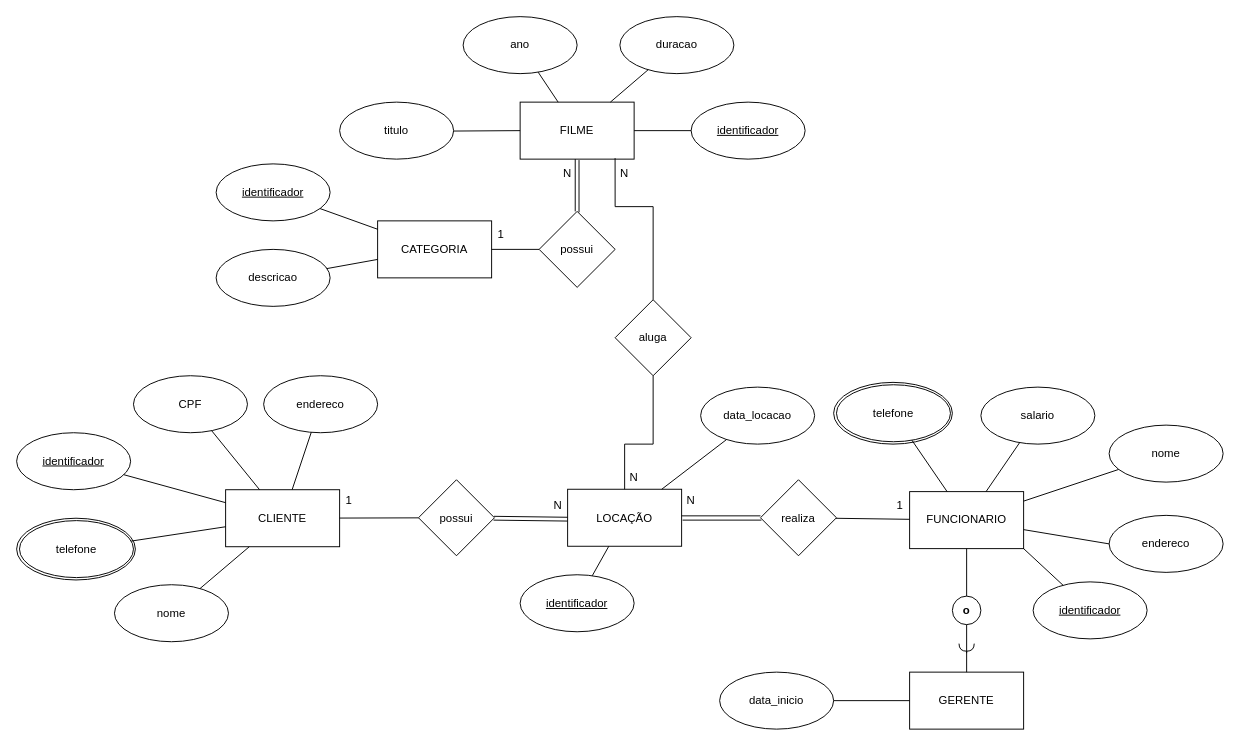
Before: LEOBDATV2.drawio in Konitch/Diagram, a draw.io diagram. Source tidied: cells renumbered, new cells numbered last; positions are measured from the earlier drawing's top-left corner, leaving out a move shared by most shapes. Both pictures are drawn from the tidied source at 95%, with x=0, y=0 at pixel (16, 16).
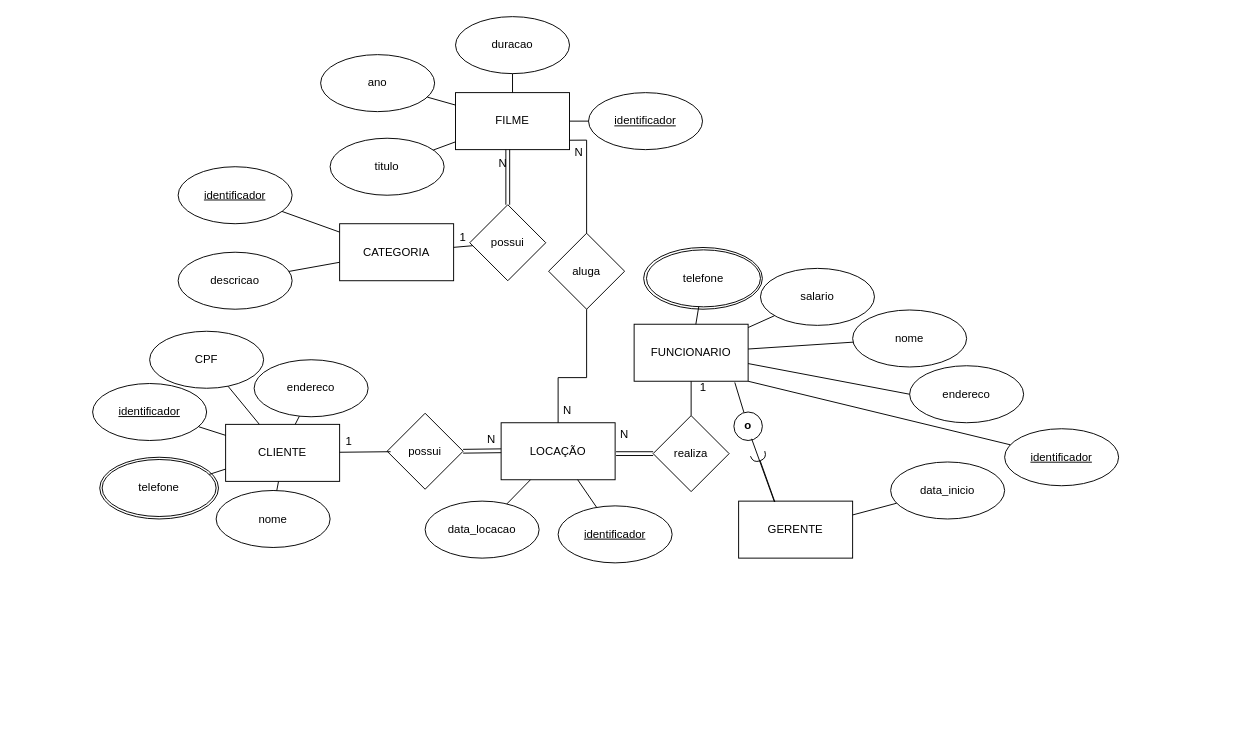
Above is the later version.

Diff of the diagram source:
```diff
@@
     <mxCell id="2" value="FUNCIONARIO" style="rounded=0;whiteSpace=wrap;html=1;" parent="1" vertex="1">
-      <mxGeometry x="940" y="500" width="120" height="60" as="geometry" />
+      <mxGeometry x="650" y="323.8" width="120" height="60" as="geometry" />
     </mxCell>
     <mxCell id="3" value="GERENTE" style="rounded=0;whiteSpace=wrap;html=1;" parent="1" vertex="1">
-      <mxGeometry x="940" y="690" width="120" height="60" as="geometry" />
+      <mxGeometry x="760" y="510" width="120" height="60" as="geometry" />
     </mxCell>
     <mxCell id="4" value="CLIENTE" style="rounded=0;whiteSpace=wrap;html=1;" parent="1" vertex="1">
-      <mxGeometry x="220" y="498" width="120" height="60" as="geometry" />
+      <mxGeometry x="220" y="429.2" width="120" height="60" as="geometry" />
     </mxCell>
     <mxCell id="5" value="FILME" style="rounded=0;whiteSpace=wrap;html=1;" parent="1" vertex="1">
-      <mxGeometry x="530" y="90" width="120" height="60" as="geometry" />
+      <mxGeometry x="462" y="80" width="120" height="60" as="geometry" />
     </mxCell>
     <mxCell id="6" value="CATEGORIA" style="rounded=0;whiteSpace=wrap;html=1;" parent="1" vertex="1">
-      <mxGeometry x="380" y="215" width="120" height="60" as="geometry" />
+      <mxGeometry x="340" y="218" width="120" height="60" as="geometry" />
     </mxCell>
     <mxCell id="7" value="LOCAÇÃO" style="rounded=0;whiteSpace=wrap;html=1;" parent="1" vertex="1">
-      <mxGeometry x="580" y="497.5" width="120" height="60" as="geometry" />
+      <mxGeometry x="510" y="427.5" width="120" height="60" as="geometry" />
     </mxCell>
     <mxCell id="8" value="salario" style="ellipse;whiteSpace=wrap;html=1;" parent="1" vertex="1">
-      <mxGeometry x="1015" y="390" width="120" height="60" as="geometry" />
+      <mxGeometry x="783" y="265" width="120" height="60" as="geometry" />
     </mxCell>
     <mxCell id="9" value="&lt;u&gt;identificador&lt;/u&gt;" style="ellipse;whiteSpace=wrap;html=1;" parent="1" vertex="1">
-      <mxGeometry x="1070" y="595" width="120" height="60" as="geometry" />
+      <mxGeometry x="1040" y="433.8" width="120" height="60" as="geometry" />
     </mxCell>
     <mxCell id="10" value="endereco" style="ellipse;whiteSpace=wrap;html=1;" parent="1" vertex="1">
-      <mxGeometry x="1150" y="525" width="120" height="60" as="geometry" />
+      <mxGeometry x="940" y="367.5" width="120" height="60" as="geometry" />
     </mxCell>
     <mxCell id="11" value="nome" style="ellipse;whiteSpace=wrap;html=1;" parent="1" vertex="1">
-      <mxGeometry x="1150" y="430" width="120" height="60" as="geometry" />
+      <mxGeometry x="880" y="308.8" width="120" height="60" as="geometry" />
     </mxCell>
     <mxCell id="12" style="ellipse;whiteSpace=wrap;html=1;perimeterSpacing=0;" parent="1" vertex="1">
-      <mxGeometry x="860" y="385" width="125" height="65" as="geometry" />
+      <mxGeometry x="660" y="243" width="125" height="65" as="geometry" />
     </mxCell>
     <mxCell id="13" value="telefone" style="ellipse;whiteSpace=wrap;html=1;perimeterSpacing=0;" parent="1" vertex="1">
-      <mxGeometry x="863" y="387.5" width="120" height="60" as="geometry" />
+      <mxGeometry x="663" y="245.5" width="120" height="60" as="geometry" />
     </mxCell>
@@
     <mxCell id="19" value="&lt;b&gt;o&lt;/b&gt;" style="ellipse;whiteSpace=wrap;html=1;" parent="1" vertex="1">
-      <mxGeometry x="985" y="610" width="30" height="30" as="geometry" />
+      <mxGeometry x="755" y="416.2" width="30" height="30" as="geometry" />
     </mxCell>
-    <mxCell id="20" style="endArrow=halfCircle;html=1;rounded=0;endFill=0;" parent="1" edge="1" source="3">
+    <mxCell id="20" style="endArrow=halfCircle;html=1;rounded=0;endFill=0;exitX=0.318;exitY=0.015;exitDx=0;exitDy=0;exitPerimeter=0;" parent="1" edge="1" source="3">
       <mxGeometry relative="1" as="geometry">
-        <mxPoint x="1000" y="660" as="targetPoint" />
+        <mxPoint x="780" y="460" as="targetPoint" />
       </mxGeometry>
     </mxCell>
-    <mxCell id="21" style="endArrow=none;html=1;rounded=0;entryX=0.5;entryY=0;entryDx=0;entryDy=0;" parent="1" edge="1" source="2" target="19">
+    <mxCell id="21" style="endArrow=none;html=1;rounded=0;entryX=0.351;entryY=0.009;entryDx=0;entryDy=0;exitX=0.883;exitY=1.021;exitDx=0;exitDy=0;exitPerimeter=0;entryPerimeter=0;" parent="1" edge="1" source="2" target="19">
       <mxGeometry relative="1" as="geometry" />
     </mxCell>
-    <mxCell id="22" style="endArrow=none;html=1;rounded=0;entryX=0.5;entryY=1;entryDx=0;entryDy=0;" parent="1" edge="1" target="19">
-      <mxGeometry relative="1" as="geometry">
-        <mxPoint x="1000" y="670" as="sourcePoint" />
-      </mxGeometry>
-    </mxCell>
     <mxCell id="23" value="data_inicio" style="ellipse;whiteSpace=wrap;html=1;" parent="1" vertex="1">
-      <mxGeometry x="740" y="690" width="120" height="60" as="geometry" />
+      <mxGeometry x="920" y="468.8" width="120" height="60" as="geometry" />
     </mxCell>
@@
     <mxCell id="25" value="&lt;u&gt;identificador&lt;/u&gt;" style="ellipse;whiteSpace=wrap;html=1;" parent="1" vertex="1">
-      <mxGeometry x="210" y="155" width="120" height="60" as="geometry" />
+      <mxGeometry x="170" y="158" width="120" height="60" as="geometry" />
     </mxCell>
@@
     <mxCell id="27" value="descricao" style="ellipse;whiteSpace=wrap;html=1;" parent="1" vertex="1">
-      <mxGeometry x="210" y="245" width="120" height="60" as="geometry" />
+      <mxGeometry x="170" y="248" width="120" height="60" as="geometry" />
     </mxCell>
@@
     <mxCell id="29" value="&lt;u&gt;identificador&lt;/u&gt;" style="ellipse;whiteSpace=wrap;html=1;" parent="1" vertex="1">
-      <mxGeometry x="710" y="90" width="120" height="60" as="geometry" />
+      <mxGeometry x="602" y="80" width="120" height="60" as="geometry" />
     </mxCell>
     <mxCell id="30" value="titulo" style="ellipse;whiteSpace=wrap;html=1;" parent="1" vertex="1">
-      <mxGeometry x="340" y="90" width="120" height="60" as="geometry" />
+      <mxGeometry x="330" y="128" width="120" height="60" as="geometry" />
     </mxCell>
     <mxCell id="31" value="ano" style="ellipse;whiteSpace=wrap;html=1;" parent="1" vertex="1">
-      <mxGeometry x="470" width="120" height="60" as="geometry" />
+      <mxGeometry x="320" y="40" width="120" height="60" as="geometry" />
     </mxCell>
     <mxCell id="32" value="duracao" style="ellipse;whiteSpace=wrap;html=1;" parent="1" vertex="1">
-      <mxGeometry x="635" width="120" height="60" as="geometry" />
+      <mxGeometry x="462" width="120" height="60" as="geometry" />
     </mxCell>
@@
     <mxCell id="37" style="ellipse;whiteSpace=wrap;html=1;perimeterSpacing=0;" parent="1" vertex="1">
-      <mxGeometry y="528" width="125" height="65" as="geometry" />
+      <mxGeometry x="87.5" y="463.8" width="125" height="65" as="geometry" />
     </mxCell>
     <mxCell id="38" value="telefone" style="ellipse;whiteSpace=wrap;html=1;perimeterSpacing=0;" parent="1" vertex="1">
-      <mxGeometry x="3" y="530.5" width="120" height="60" as="geometry" />
+      <mxGeometry x="90" y="466.2" width="120" height="60" as="geometry" />
     </mxCell>
     <mxCell id="39" value="&lt;u&gt;identificador&lt;/u&gt;" style="ellipse;whiteSpace=wrap;html=1;" parent="1" vertex="1">
-      <mxGeometry y="438" width="120" height="60" as="geometry" />
+      <mxGeometry x="80" y="386.2" width="120" height="60" as="geometry" />
     </mxCell>
     <mxCell id="40" value="nome" style="ellipse;whiteSpace=wrap;html=1;" parent="1" vertex="1">
-      <mxGeometry x="103" y="598" width="120" height="60" as="geometry" />
+      <mxGeometry x="210" y="498.8" width="120" height="60" as="geometry" />
     </mxCell>
     <mxCell id="41" value="CPF" style="ellipse;whiteSpace=wrap;html=1;" parent="1" vertex="1">
-      <mxGeometry x="123" y="378" width="120" height="60" as="geometry" />
+      <mxGeometry x="140" y="331.2" width="120" height="60" as="geometry" />
     </mxCell>
     <mxCell id="42" value="endereco" style="ellipse;whiteSpace=wrap;html=1;" parent="1" vertex="1">
-      <mxGeometry x="260" y="378" width="120" height="60" as="geometry" />
+      <mxGeometry x="250" y="361.2" width="120" height="60" as="geometry" />
     </mxCell>
@@
     <mxCell id="48" value="&lt;u&gt;identificador&lt;/u&gt;" style="ellipse;whiteSpace=wrap;html=1;" parent="1" vertex="1">
-      <mxGeometry x="530" y="587.5" width="120" height="60" as="geometry" />
+      <mxGeometry x="570" y="515" width="120" height="60" as="geometry" />
     </mxCell>
     <mxCell id="49" value="data_locacao" style="ellipse;whiteSpace=wrap;html=1;" parent="1" vertex="1">
-      <mxGeometry x="720" y="390" width="120" height="60" as="geometry" />
+      <mxGeometry x="430" y="510" width="120" height="60" as="geometry" />
     </mxCell>
@@
     <mxCell id="52" value="possui" style="rhombus;whiteSpace=wrap;html=1;" parent="1" vertex="1">
-      <mxGeometry x="550" y="205" width="80" height="80" as="geometry" />
+      <mxGeometry x="477" y="198" width="80" height="80" as="geometry" />
     </mxCell>
-    <mxCell id="53" style="endArrow=none;html=1;rounded=0;" parent="1" edge="1">
-      <mxGeometry relative="1" as="geometry">
-        <mxPoint x="588" y="150" as="sourcePoint" />
-        <mxPoint x="588" y="205" as="targetPoint" />
-      </mxGeometry>
+    <mxCell id="53" style="endArrow=none;html=1;rounded=0;entryX=0.5;entryY=0;entryDx=0;entryDy=0;shape=link;exitX=0.75;exitY=0;exitDx=0;exitDy=0;" parent="1" edge="1" source="59" target="52">
+      <mxGeometry relative="1" as="geometry" />
     </mxCell>
@@
     <mxCell id="55" value="realiza" style="rhombus;whiteSpace=wrap;html=1;" parent="1" vertex="1">
-      <mxGeometry x="783" y="487.5" width="80" height="80" as="geometry" />
+      <mxGeometry x="670" y="420" width="80" height="80" as="geometry" />
     </mxCell>
-    <mxCell id="56" style="endArrow=none;html=1;rounded=0;" parent="1" edge="1">
-      <mxGeometry relative="1" as="geometry">
-        <mxPoint x="700" y="525.5" as="sourcePoint" />
-        <mxPoint x="783" y="525.5" as="targetPoint" />
-      </mxGeometry>
-    </mxCell>
-    <mxCell id="57" style="endArrow=none;html=1;rounded=0;" parent="1" edge="1" source="55" target="2">
+    <mxCell id="57" style="endArrow=none;html=1;rounded=0;exitX=0.5;exitY=0;exitDx=0;exitDy=0;" parent="1" edge="1" source="55" target="2">
       <mxGeometry relative="1" as="geometry" />
     </mxCell>
     <mxCell id="58" value="1" style="text;html=1;align=center;verticalAlign=middle;whiteSpace=wrap;rounded=0;" parent="1" vertex="1">
-      <mxGeometry x="500" y="215" width="20" height="30" as="geometry" />
+      <mxGeometry x="460" y="218" width="20" height="30" as="geometry" />
     </mxCell>
     <mxCell id="59" value="N" style="text;html=1;align=center;verticalAlign=middle;whiteSpace=wrap;rounded=0;" parent="1" vertex="1">
-      <mxGeometry x="570" y="150" width="20" height="30" as="geometry" />
+      <mxGeometry x="502" y="140" width="20" height="30" as="geometry" />
     </mxCell>
-    <mxCell id="60" style="endArrow=none;html=1;rounded=0;" parent="1" edge="1">
-      <mxGeometry relative="1" as="geometry">
-        <mxPoint x="592" y="151" as="sourcePoint" />
-        <mxPoint x="592" y="206" as="targetPoint" />
-      </mxGeometry>
-    </mxCell>
-    <mxCell id="61" style="endArrow=none;html=1;rounded=0;strokeWidth=1;" parent="1" edge="1">
+    <mxCell id="61" style="endArrow=none;html=1;rounded=0;strokeWidth=1;entryX=0;entryY=0.5;entryDx=0;entryDy=0;shape=link;" parent="1" edge="1" target="55">
       <mxGeometry relative="1" as="geometry">
-        <mxPoint x="701" y="530" as="sourcePoint" />
-        <mxPoint x="784" y="530" as="targetPoint" />
+        <mxPoint x="631" y="460" as="sourcePoint" />
       </mxGeometry>
     </mxCell>
     <mxCell id="62" value="N" style="text;html=1;align=center;verticalAlign=middle;whiteSpace=wrap;rounded=0;" parent="1" vertex="1">
-      <mxGeometry x="700" y="495" width="20" height="30" as="geometry" />
+      <mxGeometry x="630" y="425" width="20" height="30" as="geometry" />
     </mxCell>
     <mxCell id="63" value="1" style="text;html=1;align=center;verticalAlign=middle;whiteSpace=wrap;rounded=0;" parent="1" vertex="1">
-      <mxGeometry x="920" y="500" width="20" height="30" as="geometry" />
+      <mxGeometry x="712.5" y="376.2" width="20" height="30" as="geometry" />
     </mxCell>
     <mxCell id="64" value="possui" style="rhombus;whiteSpace=wrap;html=1;" parent="1" vertex="1">
-      <mxGeometry x="423" y="487.5" width="80" height="80" as="geometry" />
+      <mxGeometry x="390" y="417.5" width="80" height="80" as="geometry" />
     </mxCell>
-    <mxCell id="65" style="endArrow=none;html=1;rounded=0;" parent="1" edge="1" source="4" target="64">
+    <mxCell id="65" style="endArrow=none;html=1;rounded=0;entryX=0.046;entryY=0.506;entryDx=0;entryDy=0;entryPerimeter=0;" parent="1" edge="1" source="4" target="64">
       <mxGeometry relative="1" as="geometry" />
     </mxCell>
-    <mxCell id="66" style="endArrow=none;html=1;rounded=0;" parent="1" edge="1">
+    <mxCell id="66" style="endArrow=none;html=1;rounded=0;exitX=1;exitY=0.5;exitDx=0;exitDy=0;shape=link;" parent="1" edge="1" source="64">
       <mxGeometry relative="1" as="geometry">
-        <mxPoint x="502.5" y="526" as="sourcePoint" />
-        <mxPoint x="580" y="527" as="targetPoint" />
+        <mxPoint x="510" y="457" as="targetPoint" />
       </mxGeometry>
     </mxCell>
     <mxCell id="67" value="1" style="text;html=1;align=center;verticalAlign=middle;whiteSpace=wrap;rounded=0;" parent="1" vertex="1">
-      <mxGeometry x="340" y="495" width="20" height="30" as="geometry" />
+      <mxGeometry x="340" y="431.8" width="20" height="30" as="geometry" />
     </mxCell>
     <mxCell id="68" value="N" style="text;html=1;align=center;verticalAlign=middle;whiteSpace=wrap;rounded=0;" parent="1" vertex="1">
-      <mxGeometry x="560" y="500" width="20" height="30" as="geometry" />
+      <mxGeometry x="490" y="430" width="20" height="30" as="geometry" />
     </mxCell>
-    <mxCell id="69" style="endArrow=none;html=1;rounded=0;" parent="1" edge="1">
-      <mxGeometry relative="1" as="geometry">
-        <mxPoint x="502" y="530" as="sourcePoint" />
-        <mxPoint x="580" y="531" as="targetPoint" />
-      </mxGeometry>
-    </mxCell>
     <mxCell id="70" value="aluga" style="rhombus;whiteSpace=wrap;html=1;" parent="1" vertex="1">
-      <mxGeometry x="630" y="298" width="80" height="80" as="geometry" />
+      <mxGeometry x="560" y="228" width="80" height="80" as="geometry" />
     </mxCell>
     <mxCell id="71" style="endArrow=none;html=1;rounded=0;" parent="1" edge="1" source="70" target="7">
       <mxGeometry relative="1" as="geometry">
         <Array as="points">
-          <mxPoint x="670" y="450" />
-          <mxPoint x="640" y="450" />
+          <mxPoint x="600" y="380" />
+          <mxPoint x="570" y="380" />
         </Array>
       </mxGeometry>
     </mxCell>
-    <mxCell id="72" style="endArrow=none;html=1;rounded=0;exitX=0.833;exitY=0.983;exitDx=0;exitDy=0;exitPerimeter=0;" parent="1" edge="1" source="5" target="70">
+    <mxCell id="72" style="endArrow=none;html=1;rounded=0;exitX=0.999;exitY=0.835;exitDx=0;exitDy=0;exitPerimeter=0;" parent="1" edge="1" source="5" target="70">
       <mxGeometry relative="1" as="geometry">
         <Array as="points">
-          <mxPoint x="630" y="200" />
-          <mxPoint x="670" y="200" />
+          <mxPoint x="600" y="130" />
         </Array>
       </mxGeometry>
     </mxCell>
     <mxCell id="73" value="N" style="text;html=1;align=center;verticalAlign=middle;whiteSpace=wrap;rounded=0;" parent="1" vertex="1">
-      <mxGeometry x="640" y="470" width="20" height="30" as="geometry" />
+      <mxGeometry x="570" y="400" width="20" height="30" as="geometry" />
     </mxCell>
     <mxCell id="74" value="N" style="text;html=1;align=center;verticalAlign=middle;whiteSpace=wrap;rounded=0;" parent="1" vertex="1">
-      <mxGeometry x="630" y="150" width="20" height="30" as="geometry" />
+      <mxGeometry x="582" y="128" width="20" height="30" as="geometry" />
     </mxCell>
+    <mxCell id="75" style="endArrow=none;html=1;rounded=0;entryX=0.623;entryY=0.94;entryDx=0;entryDy=0;entryPerimeter=0;exitX=0.314;exitY=0.013;exitDx=0;exitDy=0;exitPerimeter=0;" parent="1" edge="1" source="3" target="19">
+      <mxGeometry relative="1" as="geometry" />
+    </mxCell>
```
